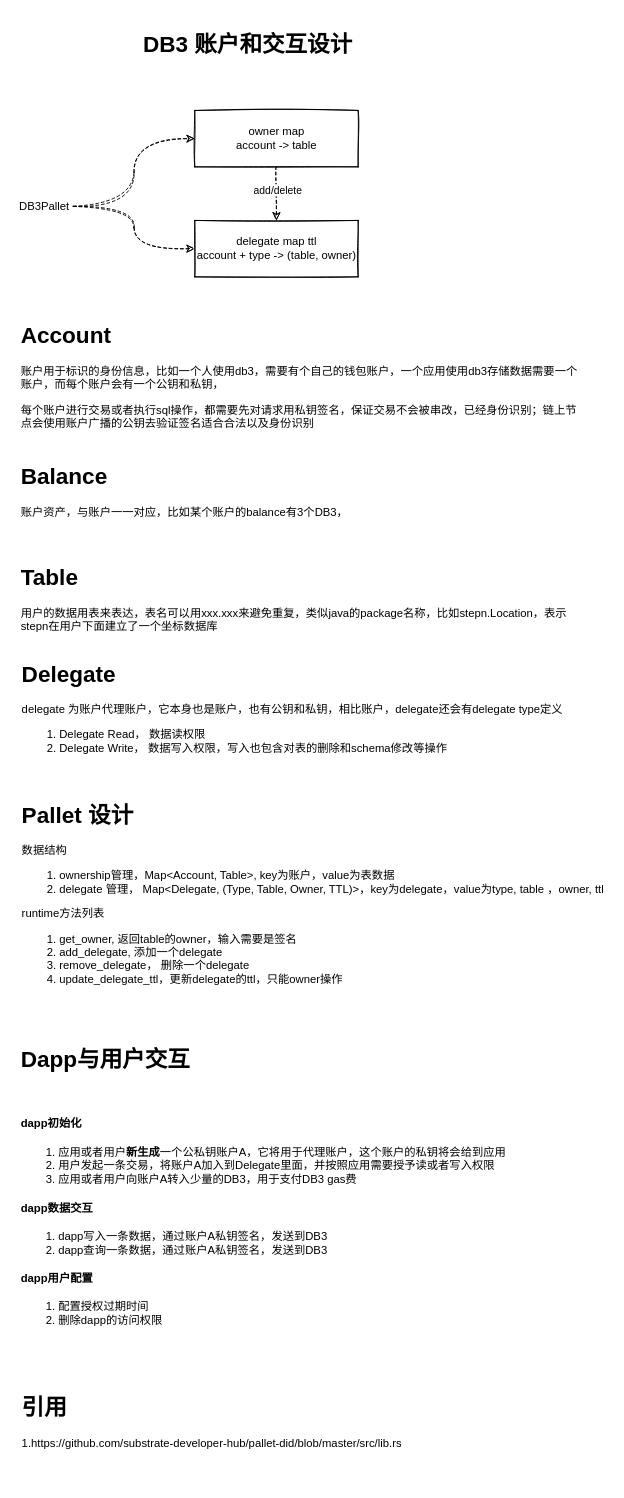
Above: page "permission" (2 of 3) of db3.drawio in dbpunk-labs/db3-design (draw.io), before the change. Source tidied: cells renumbered, new cells numbered last; positions are measured from the earlier drawing's top-left corner, leaving out a move shared by most shapes. Both pictures are drawn from the tidied source at 94%, with x=0, y=0 at pixel (16, 25).
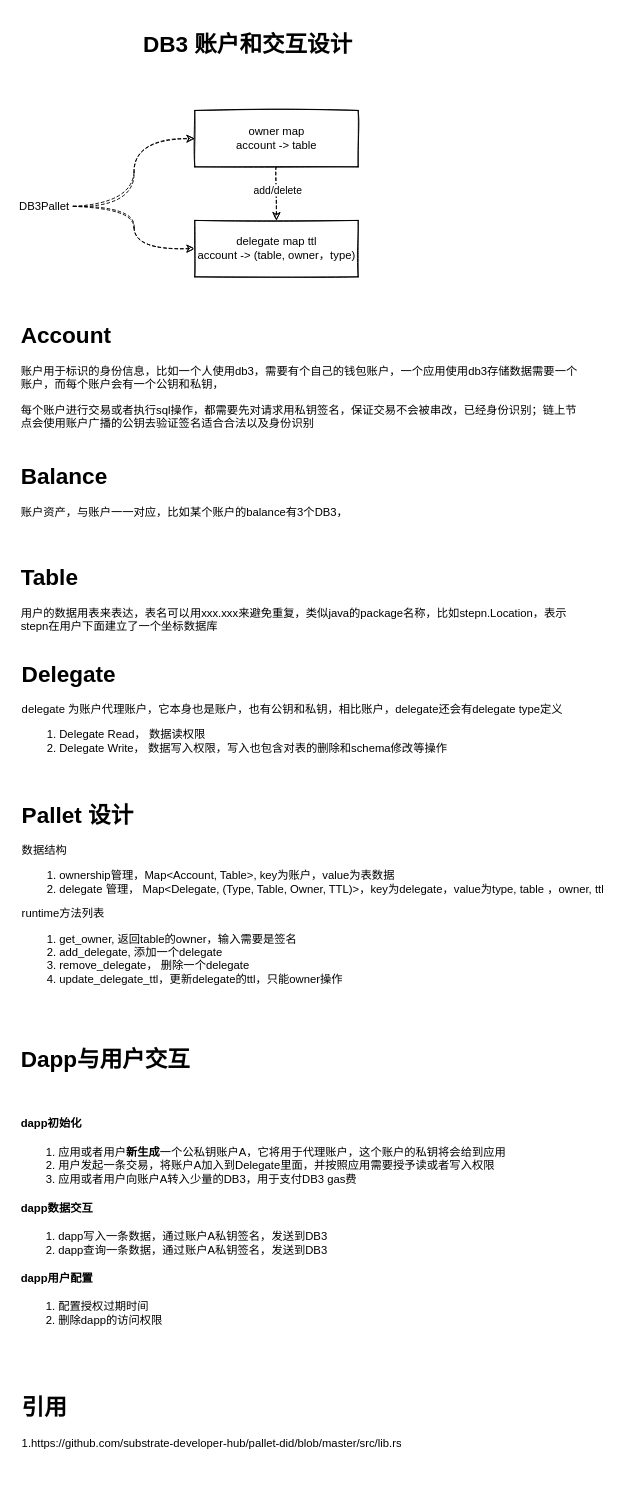
After the change.

What changed in the source:
```diff
@@
 <mxGraphModel>
   <root>
     <mxCell id="0" />
     <mxCell id="1" parent="0" />
     <mxCell id="2" style="edgeStyle=orthogonalEdgeStyle;curved=1;rounded=0;sketch=1;jettySize=auto;html=1;dashed=1;startArrow=none;startFill=0;entryX=0;entryY=0.5;entryDx=0;entryDy=0;" parent="1" edge="1" source="4" target="7">
       <mxGeometry relative="1" as="geometry" />
     </mxCell>
     <mxCell id="3" style="edgeStyle=orthogonalEdgeStyle;curved=1;rounded=0;sketch=1;jettySize=auto;html=1;entryX=0;entryY=0.5;entryDx=0;entryDy=0;dashed=1;startArrow=none;startFill=0;" parent="1" edge="1" source="4" target="8">
       <mxGeometry relative="1" as="geometry" />
     </mxCell>
     <mxCell id="4" value="DB3Pallet" style="text;html=1;strokeColor=none;fillColor=none;align=center;verticalAlign=middle;whiteSpace=wrap;rounded=0;sketch=1;" parent="1" vertex="1">
       <mxGeometry x="0.4" y="177" width="60" height="30" as="geometry" />
     </mxCell>
     <mxCell id="5" style="edgeStyle=orthogonalEdgeStyle;curved=1;rounded=0;sketch=1;jettySize=auto;html=1;entryX=0.5;entryY=0;entryDx=0;entryDy=0;dashed=1;startArrow=none;startFill=0;" parent="1" edge="1" source="7" target="8">
       <mxGeometry relative="1" as="geometry" />
     </mxCell>
     <mxCell id="6" value="add/delete" style="edgeLabel;html=1;align=center;verticalAlign=middle;" parent="5" vertex="1">
       <mxGeometry x="-0.16" y="1" relative="1" as="geometry" />
     </mxCell>
     <mxCell id="7" value="owner map&lt;br&gt;account -&amp;gt; table" style="rounded=0;whiteSpace=wrap;html=1;sketch=1;" parent="1" vertex="1">
       <mxGeometry x="189.7" y="90" width="173.8" height="60" as="geometry" />
     </mxCell>
-    <mxCell id="8" value="delegate map ttl&lt;br&gt;account + type -&amp;gt; (table, owner)" style="rounded=0;whiteSpace=wrap;html=1;sketch=1;" parent="1" vertex="1">
+    <mxCell id="8" value="delegate map ttl&lt;br&gt;account -&amp;gt; (table, owner，type)" style="rounded=0;whiteSpace=wrap;html=1;sketch=1;" parent="1" vertex="1">
       <mxGeometry x="189.7" y="207" width="173.8" height="60" as="geometry" />
     </mxCell>
     <mxCell id="9" value="&lt;h1&gt;引用&lt;/h1&gt;&lt;p&gt;1.https://github.com/substrate-developer-hub/pallet-did/blob/master/src/lib.rs&lt;/p&gt;" style="text;html=1;strokeColor=none;fillColor=none;spacing=5;spacingTop=-20;whiteSpace=wrap;overflow=hidden;rounded=0;sketch=1;" parent="1" vertex="1">
       <mxGeometry x="0.8" y="1450" width="423" height="100" as="geometry" />
     </mxCell>
     <mxCell id="10" value="&lt;h1&gt;Account&lt;/h1&gt;&lt;p&gt;账户用于标识的身份信息，比如一个人使用db3，需要有个自己的钱包账户，一个应用使用db3存储数据需要一个账户，而每个账户会有一个公钥和私钥，&lt;/p&gt;&lt;p&gt;每个账户进行交易或者执行sql操作，都需要先对请求用私钥签名，保证交易不会被串改，已经身份识别；链上节点会使用账户广播的公钥去验证签名适合合法以及身份识别&lt;/p&gt;&lt;p&gt;&lt;br&gt;&lt;/p&gt;" style="text;html=1;strokeColor=none;fillColor=none;spacing=5;spacingTop=-20;whiteSpace=wrap;overflow=hidden;rounded=0;sketch=1;" parent="1" vertex="1">
       <mxGeometry x="0.4" y="310" width="609.6" height="130" as="geometry" />
     </mxCell>
     <mxCell id="11" value="&lt;h1&gt;Table&lt;/h1&gt;&lt;p&gt;用户的数据用表来表达，表名可以用xxx.xxx来避免重复，类似java的package名称，比如stepn.Location，表示stepn在用户下面建立了一个坐标数据库&lt;/p&gt;" style="text;html=1;strokeColor=none;fillColor=none;spacing=5;spacingTop=-20;whiteSpace=wrap;overflow=hidden;rounded=0;sketch=1;" parent="1" vertex="1">
       <mxGeometry x="0.4" y="566.5" width="609.6" height="90" as="geometry" />
     </mxCell>
     <mxCell id="12" value="&lt;h1&gt;Delegate&lt;/h1&gt;&lt;p&gt;delegate 为账户代理账户，它本身也是账户，也有公钥和私钥，相比账户，delegate还会有delegate type定义&lt;/p&gt;&lt;p&gt;&lt;/p&gt;&lt;ol&gt;&lt;li&gt;Delegate Read， 数据读权限&lt;/li&gt;&lt;li&gt;Delegate Write， 数据写入权限，写入也包含对表的删除和schema修改等操作&lt;/li&gt;&lt;/ol&gt;&lt;div&gt;&lt;br&gt;&lt;/div&gt;&lt;p&gt;&lt;/p&gt;" style="text;html=1;strokeColor=none;fillColor=none;spacing=5;spacingTop=-20;whiteSpace=wrap;overflow=hidden;rounded=0;sketch=1;" parent="1" vertex="1">
       <mxGeometry x="0.8" y="670" width="609.6" height="130" as="geometry" />
     </mxCell>
     <mxCell id="13" value="&lt;h1&gt;Balance&lt;/h1&gt;&lt;p&gt;账户资产，与账户一一对应，比如某个账户的balance有3个DB3，&lt;/p&gt;" style="text;html=1;strokeColor=none;fillColor=none;spacing=5;spacingTop=-20;whiteSpace=wrap;overflow=hidden;rounded=0;sketch=1;" parent="1" vertex="1">
       <mxGeometry y="460" width="609.6" height="90" as="geometry" />
     </mxCell>
     <mxCell id="14" value="&lt;h1&gt;Pallet 设计&lt;/h1&gt;&lt;p&gt;数据结构&lt;/p&gt;&lt;p&gt;&lt;/p&gt;&lt;ol&gt;&lt;li&gt;ownership管理，Map&amp;lt;Account, Table&amp;gt;, key为账户，value为表数据&lt;/li&gt;&lt;li&gt;delegate 管理， Map&amp;lt;Delegate, (Type, Table, Owner, TTL)&amp;gt;，key为delegate，value为type, table ，owner, ttl&lt;/li&gt;&lt;/ol&gt;&lt;div&gt;runtime方法列表&lt;/div&gt;&lt;div&gt;&lt;ol&gt;&lt;li&gt;get_owner, 返回table的owner，输入需要是签名&lt;/li&gt;&lt;li&gt;add_delegate, 添加一个delegate&lt;/li&gt;&lt;li&gt;remove_delegate， 删除一个delegate&lt;/li&gt;&lt;li&gt;update_delegate_ttl，更新delegate的ttl，只能owner操作&lt;/li&gt;&lt;/ol&gt;&lt;/div&gt;&lt;p&gt;&lt;/p&gt;&lt;p&gt;&lt;/p&gt;" style="text;html=1;strokeColor=none;fillColor=none;spacing=5;spacingTop=-20;whiteSpace=wrap;overflow=hidden;rounded=0;sketch=1;" parent="1" vertex="1">
       <mxGeometry x="0.8" y="820" width="629.2" height="210" as="geometry" />
     </mxCell>
     <mxCell id="15" value="&lt;h1&gt;DB3 账户和交互设计&lt;/h1&gt;" style="text;html=1;strokeColor=none;fillColor=none;spacing=5;spacingTop=-20;whiteSpace=wrap;overflow=hidden;rounded=0;" parent="1" vertex="1">
       <mxGeometry x="130" width="395" height="120" as="geometry" />
     </mxCell>
     <mxCell id="16" value="&lt;h1&gt;Dapp与用户交互&lt;/h1&gt;&lt;p&gt;&lt;br&gt;&lt;/p&gt;&lt;h4&gt;dapp初始化&lt;/h4&gt;&lt;div&gt;&lt;ol&gt;&lt;li&gt;应用或者用户&lt;b&gt;新生成&lt;/b&gt;一个公私钥账户A，它将用于代理账户，这个账户的私钥将会给到应用&lt;/li&gt;&lt;li&gt;用户发起一条交易，将账户A加入到Delegate里面，并按照应用需要授予读或者写入权限&lt;/li&gt;&lt;li&gt;应用或者用户向账户A转入少量的DB3，用于支付DB3 gas费&lt;/li&gt;&lt;/ol&gt;&lt;h4&gt;dapp数据交互&lt;/h4&gt;&lt;ol&gt;&lt;li&gt;dapp写入一条数据，通过账户A私钥签名，发送到DB3&amp;nbsp;&lt;/li&gt;&lt;li&gt;dapp查询一条数据，通过账户A私钥签名，发送到DB3&lt;/li&gt;&lt;/ol&gt;&lt;h4&gt;dapp用户配置&lt;/h4&gt;&lt;/div&gt;&lt;div&gt;&lt;ol&gt;&lt;li&gt;配置授权过期时间&lt;/li&gt;&lt;li&gt;删除dapp的访问权限&lt;/li&gt;&lt;/ol&gt;&lt;/div&gt;&lt;p&gt;&lt;/p&gt;&lt;p&gt;&lt;/p&gt;" style="text;html=1;strokeColor=none;fillColor=none;spacing=5;spacingTop=-20;whiteSpace=wrap;overflow=hidden;rounded=0;sketch=1;" parent="1" vertex="1">
       <mxGeometry y="1080" width="630" height="320" as="geometry" />
     </mxCell>
   </root>
 </mxGraphModel>
```
